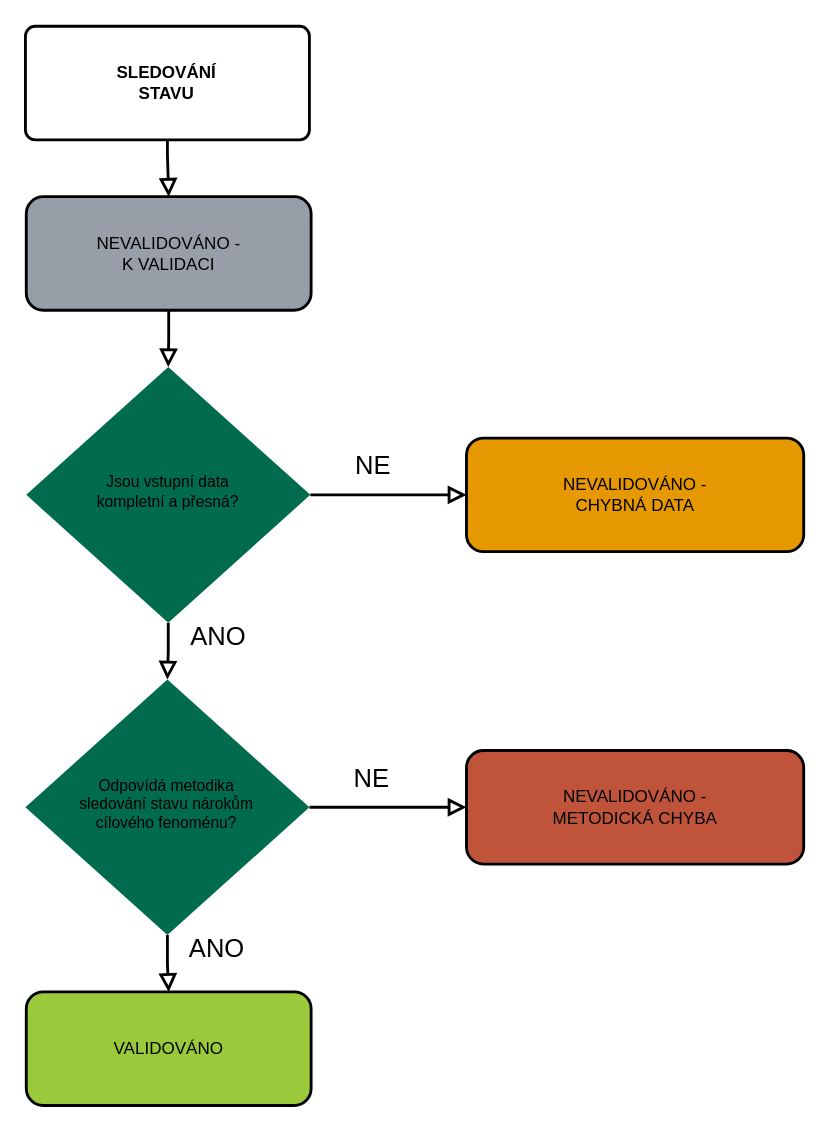
Earlier version of the draw.io diagram Diagrams/hodnoceni_validace.drawio (BiodivMonCZ/host_naturecz). Source tidied: cells renumbered, new cells numbered last; positions are measured from the earlier drawing's top-left corner, leaving out a move shared by most shapes. Both pictures are drawn from the tidied source at 142%, with x=0, y=0 at pixel (24, 26).
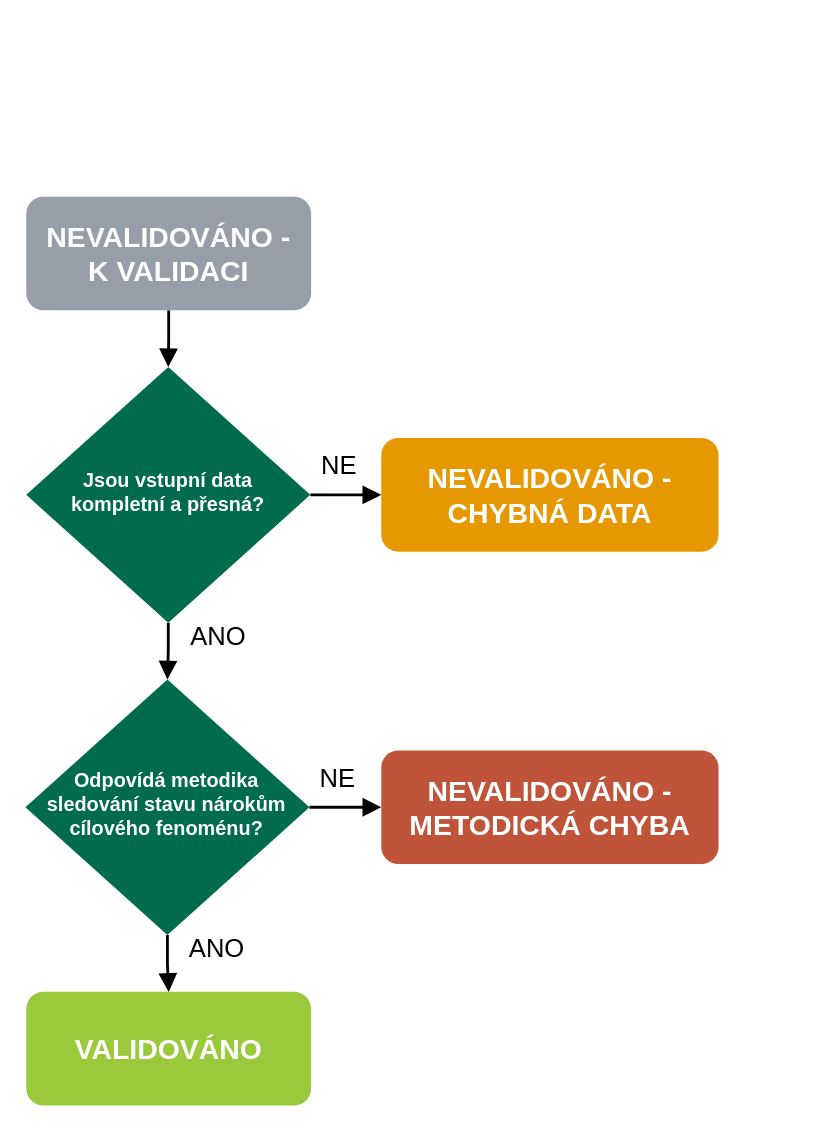
After the change.

Commit message (it also covers changes not shown here):
aktualizace diagramu validace

The edit, as a diff of the source:
```diff
@@
 <mxGraphModel>
   <root>
-    <mxCell id="0" />
-    <mxCell id="1" parent="0" />
+    <mxCell id="15" />
+    <mxCell id="16" parent="15" />
-    <mxCell id="2" style="rounded=0;html=1;jettySize=auto;fontSize=18;endArrow=block;endFill=0;endSize=8;strokeWidth=2;shadow=0;labelBackgroundColor=none;edgeStyle=orthogonalEdgeStyle;fontFamily=Helvetica;" parent="1" edge="1" source="3" target="6">
+    <mxCell id="2" style="rounded=0;html=1;jettySize=auto;fontSize=18;endArrow=block;endFill=1;endSize=8;strokeWidth=2;shadow=0;labelBackgroundColor=none;edgeStyle=orthogonalEdgeStyle;fontFamily=Helvetica;" parent="16" edge="1" source="3" target="6">
       <mxGeometry relative="1" as="geometry" />
     </mxCell>
-    <mxCell id="3" value="&lt;font&gt;NEVALIDOVÁNO - &lt;br&gt;K VALIDACI&lt;/font&gt;" style="rounded=1;whiteSpace=wrap;html=1;fontSize=12;glass=0;strokeWidth=2;shadow=0;fontFamily=Helvetica;labelBackgroundColor=#979ea8;fillColor=#979ea8;" parent="1" vertex="1">
+    <mxCell id="3" value="&lt;font style=&quot;font-size: 20px;&quot;&gt;&lt;b style=&quot;&quot;&gt;NEVALIDOVÁNO - &lt;br&gt;K VALIDACI&lt;/b&gt;&lt;/font&gt;" style="rounded=1;whiteSpace=wrap;html=1;fontSize=12;glass=0;strokeWidth=2;shadow=0;fontFamily=Helvetica;labelBackgroundColor=none;fillColor=#979ea8;strokeColor=none;fontColor=#FFFFFF;" parent="16" vertex="1">
       <mxGeometry x="1" y="120" width="200.6" height="80" as="geometry" />
     </mxCell>
-    <mxCell id="4" value="&lt;font style=&quot;font-size: 18px;&quot;&gt;ANO&lt;/font&gt;" style="rounded=0;html=1;jettySize=auto;fontSize=18;endArrow=block;endFill=0;endSize=8;strokeWidth=2;shadow=0;labelBackgroundColor=none;edgeStyle=orthogonalEdgeStyle;fontFamily=Helvetica;" parent="1" edge="1" source="6" target="9">
+    <mxCell id="4" value="&lt;font style=&quot;font-size: 18px;&quot;&gt;ANO&lt;/font&gt;" style="rounded=0;html=1;jettySize=auto;fontSize=18;endArrow=block;endFill=1;endSize=8;strokeWidth=2;shadow=0;labelBackgroundColor=none;edgeStyle=orthogonalEdgeStyle;fontFamily=Helvetica;" parent="16" edge="1" source="6" target="9">
       <mxGeometry x="-0.5" y="35" relative="1" as="geometry" />
     </mxCell>
-    <mxCell id="5" value="NE" style="edgeStyle=orthogonalEdgeStyle;rounded=0;html=1;jettySize=auto;fontSize=18;endArrow=block;endFill=0;endSize=8;strokeWidth=2;shadow=0;labelBackgroundColor=none;fontFamily=Helvetica;entryX=0;entryY=0.5;entryDx=0;entryDy=0;" parent="1" edge="1" source="6" target="10">
+    <mxCell id="5" value="NE" style="edgeStyle=orthogonalEdgeStyle;rounded=0;html=1;jettySize=auto;fontSize=18;endArrow=block;endFill=1;endSize=8;strokeWidth=2;shadow=0;labelBackgroundColor=none;fontFamily=Helvetica;entryX=0;entryY=0.5;entryDx=0;entryDy=0;" parent="16" edge="1" source="6" target="10">
       <mxGeometry x="-0.2" y="20" relative="1" as="geometry" />
     </mxCell>
-    <mxCell id="6" value="&lt;font&gt;Jsou vstupní data &lt;br&gt;kompletní a přesná?&lt;/font&gt;" style="rhombus;whiteSpace=wrap;html=1;shadow=0;fontFamily=Helvetica;fontSize=11;align=center;strokeWidth=2;spacing=6;spacingTop=-4;fillStyle=solid;strokeColor=none;fillColor=light-dark(#006B4D,#000000);" parent="1" vertex="1">
+    <mxCell id="6" value="&lt;font style=&quot;color: rgb(255, 255, 255); font-size: 14px;&quot;&gt;&lt;b style=&quot;&quot;&gt;Jsou vstupní data &lt;br&gt;kompletní a přesná?&lt;/b&gt;&lt;/font&gt;" style="rhombus;whiteSpace=wrap;html=1;shadow=0;fontFamily=Helvetica;fontSize=11;align=center;strokeWidth=2;spacing=6;spacingTop=-4;fillStyle=solid;strokeColor=none;fillColor=light-dark(#006b4d, #000000);" parent="16" vertex="1">
       <mxGeometry x="1" y="240" width="200" height="180" as="geometry" />
     </mxCell>
-    <mxCell id="7" value="ANO" style="rounded=0;html=1;jettySize=auto;fontSize=18;endArrow=block;endFill=0;endSize=8;strokeWidth=2;shadow=0;labelBackgroundColor=none;edgeStyle=orthogonalEdgeStyle;fontFamily=Helvetica;entryX=0.5;entryY=0;entryDx=0;entryDy=0;" parent="1" edge="1" source="9" target="12">
+    <mxCell id="7" value="ANO" style="rounded=0;html=1;jettySize=auto;fontSize=18;endArrow=block;endFill=1;endSize=8;strokeWidth=2;shadow=0;labelBackgroundColor=none;edgeStyle=orthogonalEdgeStyle;fontFamily=Helvetica;entryX=0.5;entryY=0;entryDx=0;entryDy=0;" parent="16" edge="1" source="9" target="12">
       <mxGeometry x="-0.5" y="35" relative="1" as="geometry" />
     </mxCell>
-    <mxCell id="8" value="NE" style="edgeStyle=orthogonalEdgeStyle;rounded=0;html=1;jettySize=auto;fontSize=18;endArrow=block;endFill=0;endSize=8;strokeWidth=2;shadow=0;labelBackgroundColor=none;fontFamily=Helvetica;entryX=0;entryY=0.5;entryDx=0;entryDy=0;" parent="1" edge="1" source="9" target="11">
+    <mxCell id="8" value="NE" style="edgeStyle=orthogonalEdgeStyle;rounded=0;html=1;jettySize=auto;fontSize=18;endArrow=block;endFill=1;endSize=8;strokeWidth=2;shadow=0;labelBackgroundColor=none;fontFamily=Helvetica;entryX=0;entryY=0.5;entryDx=0;entryDy=0;" parent="16" edge="1" source="9" target="11">
       <mxGeometry x="-0.2" y="20" relative="1" as="geometry" />
     </mxCell>
-    <mxCell id="9" value="&lt;font&gt;&lt;font&gt;Odpovídá metodika&lt;br style=&quot;border-color: var(--border-color);&quot;&gt;&lt;/font&gt;sledování stavu nárokům&lt;br&gt;cílového fenoménu?&lt;/font&gt;" style="rhombus;whiteSpace=wrap;html=1;shadow=0;fontFamily=Helvetica;fontSize=11;align=center;strokeWidth=2;spacing=6;spacingTop=-4;strokeColor=none;fillColor=light-dark(#006B4D,#000000);" parent="1" vertex="1">
+    <mxCell id="9" value="&lt;font style=&quot;color: rgb(255, 255, 255); font-size: 14px;&quot;&gt;&lt;b style=&quot;&quot;&gt;&lt;font style=&quot;&quot;&gt;Odpovídá metodika&lt;br style=&quot;border-color: var(--border-color);&quot;&gt;&lt;/font&gt;sledování stavu nárokům&lt;br&gt;cílového fenoménu?&lt;/b&gt;&lt;/font&gt;" style="rhombus;whiteSpace=wrap;html=1;shadow=0;fontFamily=Helvetica;fontSize=11;align=center;strokeWidth=2;spacing=6;spacingTop=-4;strokeColor=none;fillColor=light-dark(#006B4D,#000000);" parent="16" vertex="1">
       <mxGeometry x="0.4" y="460" width="200" height="180" as="geometry" />
     </mxCell>
-    <mxCell id="10" value="&lt;font&gt;NEVALIDOVÁNO - &lt;br&gt;CHYBNÁ DATA&lt;br&gt;&lt;/font&gt;" style="rounded=1;whiteSpace=wrap;html=1;fontSize=12;glass=0;strokeWidth=2;shadow=0;fontFamily=Helvetica;labelBackgroundColor=#e69800;fillColor=#e69800;" parent="1" vertex="1">
-      <mxGeometry x="311" y="290" width="237.5" height="80" as="geometry" />
+    <mxCell id="10" value="&lt;font&gt;&lt;b&gt;&lt;font style=&quot;font-size: 20px;&quot;&gt;NEVALIDOVÁNO - &lt;br&gt;CHYBNÁ DATA&lt;/font&gt;&lt;/b&gt;&lt;br&gt;&lt;/font&gt;" style="rounded=1;whiteSpace=wrap;html=1;fontSize=12;glass=0;strokeWidth=2;shadow=0;fontFamily=Helvetica;labelBackgroundColor=none;fillColor=#e69800;strokeColor=none;fontColor=#FFFFFF;" parent="16" vertex="1">
+      <mxGeometry x="251" y="290" width="237.5" height="80" as="geometry" />
     </mxCell>
-    <mxCell id="11" value="&lt;font&gt;NEVALIDOVÁNO - &lt;br&gt;METODICKÁ CHYBA&lt;br&gt;&lt;/font&gt;" style="rounded=1;whiteSpace=wrap;html=1;fontSize=12;glass=0;strokeWidth=2;shadow=0;fontFamily=Helvetica;fillColor=#bf543a;" parent="1" vertex="1">
-      <mxGeometry x="311" y="510" width="237.5" height="80" as="geometry" />
+    <mxCell id="11" value="&lt;font&gt;&lt;b&gt;&lt;font style=&quot;font-size: 20px;&quot;&gt;NEVALIDOVÁNO - &lt;br&gt;METODICKÁ CHYBA&lt;/font&gt;&lt;/b&gt;&lt;br&gt;&lt;/font&gt;" style="rounded=1;whiteSpace=wrap;html=1;fontSize=12;glass=0;strokeWidth=2;shadow=0;fontFamily=Helvetica;fillColor=#bf543a;strokeColor=none;labelBackgroundColor=none;fontColor=#FFFFFF;" parent="16" vertex="1">
+      <mxGeometry x="251" y="510" width="237.5" height="80" as="geometry" />
     </mxCell>
-    <mxCell id="12" value="&lt;font&gt;VALIDOVÁNO&lt;br&gt;&lt;/font&gt;" style="rounded=1;whiteSpace=wrap;html=1;fontSize=12;glass=0;strokeWidth=2;shadow=0;fontFamily=Helvetica;labelBackgroundColor=#9aca3b;fillColor=#9aca3b;" parent="1" vertex="1">
+    <mxCell id="12" value="&lt;font&gt;&lt;b&gt;&lt;font style=&quot;font-size: 20px;&quot;&gt;VALIDOVÁNO&lt;/font&gt;&lt;/b&gt;&lt;br&gt;&lt;/font&gt;" style="rounded=1;whiteSpace=wrap;html=1;fontSize=12;glass=0;strokeWidth=2;shadow=0;fontFamily=Helvetica;labelBackgroundColor=none;fillColor=#9aca3b;strokeColor=none;fontColor=#FFFFFF;" parent="16" vertex="1">
       <mxGeometry x="1" y="680" width="200.6" height="80" as="geometry" />
     </mxCell>
-    <mxCell id="13" value="&lt;font&gt;SLEDOVÁNÍ&lt;br&gt;STAVU&lt;/font&gt;" style="rounded=1;whiteSpace=wrap;html=1;absoluteArcSize=1;arcSize=14;strokeWidth=2;labelBackgroundColor=default;fontStyle=1;fontSize=12;" parent="1" vertex="1">
-      <mxGeometry x="0.4" width="200" height="80" as="geometry" />
-    </mxCell>
-    <mxCell id="14" style="rounded=0;html=1;jettySize=auto;fontSize=18;endArrow=block;endFill=0;endSize=8;strokeWidth=2;shadow=0;labelBackgroundColor=none;edgeStyle=orthogonalEdgeStyle;fontFamily=Helvetica;exitX=0.5;exitY=1;exitDx=0;exitDy=0;entryX=0.5;entryY=0;entryDx=0;entryDy=0;" parent="1" edge="1" source="13" target="3">
-      <mxGeometry relative="1" as="geometry">
-        <Array as="points">
-          <mxPoint x="101" y="90" />
-          <mxPoint x="101" y="120" />
-        </Array>
-      </mxGeometry>
-    </mxCell>
   </root>
 </mxGraphModel>
```
